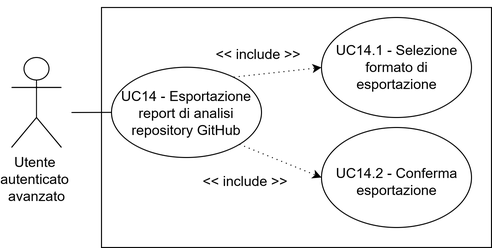
Above: assets/diagrams/UC14.png in SkarabGroup/DocumentazioneProgetto (draw.io), before the change. Source tidied: cells renumbered, new cells last; positions are measured from the earlier drawing's top-left corner, leaving out a move shared by most shapes. Source of this version:
```xml
<mxGraphModel>
  <root>
    <mxCell id="0" />
    <mxCell id="1" parent="0" />
    <mxCell id="2" value="&lt;font style=&quot;font-size: 14px;&quot;&gt;Utente&lt;/font&gt;&lt;font style=&quot;font-size: 12px;&quot;&gt;&amp;nbsp;&lt;/font&gt;&lt;div&gt;&lt;font style=&quot;&quot;&gt;&lt;font style=&quot;font-size: 14px;&quot;&gt;autenticato&lt;/font&gt;&lt;span style=&quot;font-size: 14px;&quot;&gt;&amp;nbsp;&lt;/span&gt;&lt;/font&gt;&lt;/div&gt;&lt;div&gt;&lt;font style=&quot;font-size: 14px;&quot;&gt;avanzato&lt;/font&gt;&lt;/div&gt;" style="shape=umlActor;verticalLabelPosition=bottom;verticalAlign=top;html=1;" parent="1" vertex="1">
      <mxGeometry y="50" width="50" height="90" as="geometry" />
    </mxCell>
    <mxCell id="3" style="rounded=0;whiteSpace=wrap;html=1;" parent="1" vertex="1">
      <mxGeometry x="90" width="390" height="240" as="geometry" />
    </mxCell>
    <mxCell id="4" style="endArrow=none;html=1;rounded=0;" parent="1" edge="1" target="5">
      <mxGeometry relative="1" as="geometry">
        <mxPoint x="60" y="105" as="sourcePoint" />
      </mxGeometry>
    </mxCell>
    <mxCell id="5" style="ellipse;whiteSpace=wrap;html=1;" parent="1" vertex="1">
      <mxGeometry x="100" y="59.8" width="150" height="90.2" as="geometry" />
    </mxCell>
    <mxCell id="6" value="&lt;font style=&quot;font-size: 14px;&quot;&gt;UC14 - Esportazione report di analisi repository GitHub&lt;/font&gt;" style="text;html=1;whiteSpace=wrap;strokeColor=none;fillColor=none;align=center;verticalAlign=middle;rounded=0;" parent="1" vertex="1">
      <mxGeometry x="96.2" y="91.2" width="157.5" height="28.8" as="geometry" />
    </mxCell>
    <mxCell id="7" style="endArrow=classic;html=1;rounded=0;" parent="1" edge="1">
      <mxGeometry relative="1" as="geometry">
        <mxPoint x="20" as="sourcePoint" />
        <mxPoint x="20" as="targetPoint" />
      </mxGeometry>
    </mxCell>
    <mxCell id="8" style="ellipse;whiteSpace=wrap;html=1;" parent="1" vertex="1">
      <mxGeometry x="310" y="10" width="150" height="100" as="geometry" />
    </mxCell>
    <mxCell id="9" style="ellipse;whiteSpace=wrap;html=1;" parent="1" vertex="1">
      <mxGeometry x="310" y="120" width="150" height="100" as="geometry" />
    </mxCell>
    <mxCell id="10" value="&lt;font style=&quot;font-size: 14px;&quot;&gt;UC14.1 - Selezione formato di esportazione&lt;/font&gt;" style="text;html=1;whiteSpace=wrap;strokeColor=none;fillColor=none;align=center;verticalAlign=middle;rounded=0;" parent="1" vertex="1">
      <mxGeometry x="322.5" y="42.4" width="125" height="35.1" as="geometry" />
    </mxCell>
    <mxCell id="11" value="&lt;font style=&quot;font-size: 14px;&quot;&gt;UC14.2 - Conferma esportazione&lt;/font&gt;" style="text;html=1;whiteSpace=wrap;strokeColor=none;fillColor=none;align=center;verticalAlign=middle;rounded=0;" parent="1" vertex="1">
      <mxGeometry x="322.5" y="159" width="125" height="30.2" as="geometry" />
    </mxCell>
    <mxCell id="12" style="endArrow=classic;html=1;rounded=0;exitX=0.815;exitY=0.109;exitDx=0;exitDy=0;exitPerimeter=0;entryX=0;entryY=0.5;entryDx=0;entryDy=0;dashed=1;dashPattern=1 4;" parent="1" edge="1" source="5" target="8">
      <mxGeometry relative="1" as="geometry" />
    </mxCell>
    <mxCell id="13" style="endArrow=classic;html=1;rounded=0;exitX=1;exitY=1;exitDx=0;exitDy=0;entryX=0;entryY=0.5;entryDx=0;entryDy=0;dashed=1;dashPattern=1 4;" parent="1" edge="1" source="5" target="9">
      <mxGeometry relative="1" as="geometry" />
    </mxCell>
    <mxCell id="14" value="&lt;font style=&quot;font-size: 14px;&quot;&gt;&amp;lt;&amp;lt; include &amp;gt;&amp;gt;&lt;/font&gt;" style="text;html=1;whiteSpace=wrap;strokeColor=none;fillColor=none;align=center;verticalAlign=middle;rounded=0;" parent="1" vertex="1">
      <mxGeometry x="199" y="32.1" width="96" height="30" as="geometry" />
    </mxCell>
    <mxCell id="15" value="&lt;font style=&quot;font-size: 14px;&quot;&gt;&amp;lt;&amp;lt; include &amp;gt;&amp;gt;&lt;/font&gt;" style="text;html=1;whiteSpace=wrap;strokeColor=none;fillColor=none;align=center;verticalAlign=middle;rounded=0;" parent="1" vertex="1">
      <mxGeometry x="185" y="159" width="98" height="30" as="geometry" />
    </mxCell>
  </root>
</mxGraphModel>
```
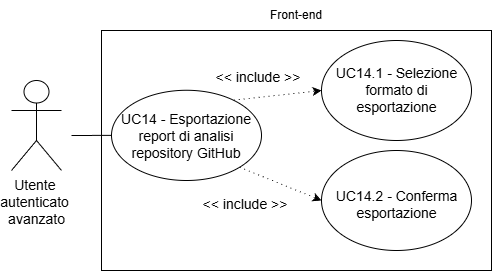
After the commit.

What changed in the source:
```diff
@@ -2,52 +2,55 @@
   <root>
     <mxCell id="0" />
     <mxCell id="1" parent="0" />
+    <mxCell id="16" value="Front-end" style="text;html=1;whiteSpace=wrap;strokeColor=none;fillColor=none;align=center;verticalAlign=middle;rounded=0;" parent="1" vertex="1">
+      <mxGeometry x="255" y="-30" width="60" height="30" as="geometry" />
+    </mxCell>
     <mxCell id="2" value="&lt;font style=&quot;font-size: 14px;&quot;&gt;Utente&lt;/font&gt;&lt;font style=&quot;font-size: 12px;&quot;&gt;&amp;nbsp;&lt;/font&gt;&lt;div&gt;&lt;font style=&quot;&quot;&gt;&lt;font style=&quot;font-size: 14px;&quot;&gt;autenticato&lt;/font&gt;&lt;span style=&quot;font-size: 14px;&quot;&gt;&amp;nbsp;&lt;/span&gt;&lt;/font&gt;&lt;/div&gt;&lt;div&gt;&lt;font style=&quot;font-size: 14px;&quot;&gt;avanzato&lt;/font&gt;&lt;/div&gt;" style="shape=umlActor;verticalLabelPosition=bottom;verticalAlign=top;html=1;" parent="1" vertex="1">
       <mxGeometry y="50" width="50" height="90" as="geometry" />
     </mxCell>
-    <mxCell id="3" style="rounded=0;whiteSpace=wrap;html=1;" parent="1" vertex="1">
-      <mxGeometry x="90" width="390" height="240" as="geometry" />
-    </mxCell>
-    <mxCell id="4" style="endArrow=none;html=1;rounded=0;" parent="1" edge="1" target="5">
-      <mxGeometry relative="1" as="geometry">
-        <mxPoint x="60" y="105" as="sourcePoint" />
-      </mxGeometry>
-    </mxCell>
-    <mxCell id="5" style="ellipse;whiteSpace=wrap;html=1;" parent="1" vertex="1">
-      <mxGeometry x="100" y="59.8" width="150" height="90.2" as="geometry" />
-    </mxCell>
+    <mxCell id="17" style="rounded=0;whiteSpace=wrap;html=1;" parent="1" vertex="1">
+      <mxGeometry x="90" width="390" height="240" as="geometry" />
+    </mxCell>
+    <mxCell id="18" style="endArrow=none;html=1;rounded=0;" parent="1" edge="1" target="19">
+      <mxGeometry relative="1" as="geometry">
+        <mxPoint x="60" y="105" as="sourcePoint" />
+      </mxGeometry>
+    </mxCell>
+    <mxCell id="19" style="ellipse;whiteSpace=wrap;html=1;" parent="1" vertex="1">
+      <mxGeometry x="100" y="59.8" width="150" height="90.2" as="geometry" />
+    </mxCell>
     <mxCell id="6" value="&lt;font style=&quot;font-size: 14px;&quot;&gt;UC14 - Esportazione report di analisi repository GitHub&lt;/font&gt;" style="text;html=1;whiteSpace=wrap;strokeColor=none;fillColor=none;align=center;verticalAlign=middle;rounded=0;" parent="1" vertex="1">
       <mxGeometry x="96.2" y="91.2" width="157.5" height="28.8" as="geometry" />
     </mxCell>
-    <mxCell id="7" style="endArrow=classic;html=1;rounded=0;" parent="1" edge="1">
-      <mxGeometry relative="1" as="geometry">
-        <mxPoint x="20" as="sourcePoint" />
-        <mxPoint x="20" as="targetPoint" />
-      </mxGeometry>
-    </mxCell>
-    <mxCell id="8" style="ellipse;whiteSpace=wrap;html=1;" parent="1" vertex="1">
-      <mxGeometry x="310" y="10" width="150" height="100" as="geometry" />
-    </mxCell>
-    <mxCell id="9" style="ellipse;whiteSpace=wrap;html=1;" parent="1" vertex="1">
-      <mxGeometry x="310" y="120" width="150" height="100" as="geometry" />
-    </mxCell>
+    <mxCell id="20" style="endArrow=classic;html=1;rounded=0;" parent="1" edge="1">
+      <mxGeometry relative="1" as="geometry">
+        <mxPoint x="20" as="sourcePoint" />
+        <mxPoint x="20" as="targetPoint" />
+      </mxGeometry>
+    </mxCell>
+    <mxCell id="21" style="ellipse;whiteSpace=wrap;html=1;" parent="1" vertex="1">
+      <mxGeometry x="310" y="10" width="150" height="100" as="geometry" />
+    </mxCell>
+    <mxCell id="22" style="ellipse;whiteSpace=wrap;html=1;" parent="1" vertex="1">
+      <mxGeometry x="310" y="120" width="150" height="100" as="geometry" />
+    </mxCell>
     <mxCell id="10" value="&lt;font style=&quot;font-size: 14px;&quot;&gt;UC14.1 - Selezione formato di esportazione&lt;/font&gt;" style="text;html=1;whiteSpace=wrap;strokeColor=none;fillColor=none;align=center;verticalAlign=middle;rounded=0;" parent="1" vertex="1">
       <mxGeometry x="322.5" y="42.4" width="125" height="35.1" as="geometry" />
     </mxCell>
     <mxCell id="11" value="&lt;font style=&quot;font-size: 14px;&quot;&gt;UC14.2 - Conferma esportazione&lt;/font&gt;" style="text;html=1;whiteSpace=wrap;strokeColor=none;fillColor=none;align=center;verticalAlign=middle;rounded=0;" parent="1" vertex="1">
       <mxGeometry x="322.5" y="159" width="125" height="30.2" as="geometry" />
     </mxCell>
-    <mxCell id="12" style="endArrow=classic;html=1;rounded=0;exitX=0.815;exitY=0.109;exitDx=0;exitDy=0;exitPerimeter=0;entryX=0;entryY=0.5;entryDx=0;entryDy=0;dashed=1;dashPattern=1 4;" parent="1" edge="1" source="5" target="8">
-      <mxGeometry relative="1" as="geometry" />
-    </mxCell>
-    <mxCell id="13" style="endArrow=classic;html=1;rounded=0;exitX=1;exitY=1;exitDx=0;exitDy=0;entryX=0;entryY=0.5;entryDx=0;entryDy=0;dashed=1;dashPattern=1 4;" parent="1" edge="1" source="5" target="9">
-      <mxGeometry relative="1" as="geometry" />
-    </mxCell>
-    <mxCell id="14" value="&lt;font style=&quot;font-size: 14px;&quot;&gt;&amp;lt;&amp;lt; include &amp;gt;&amp;gt;&lt;/font&gt;" style="text;html=1;whiteSpace=wrap;strokeColor=none;fillColor=none;align=center;verticalAlign=middle;rounded=0;" parent="1" vertex="1">
-      <mxGeometry x="199" y="32.1" width="96" height="30" as="geometry" />
-    </mxCell>
-    <mxCell id="15" value="&lt;font style=&quot;font-size: 14px;&quot;&gt;&amp;lt;&amp;lt; include &amp;gt;&amp;gt;&lt;/font&gt;" style="text;html=1;whiteSpace=wrap;strokeColor=none;fillColor=none;align=center;verticalAlign=middle;rounded=0;" parent="1" vertex="1">
-      <mxGeometry x="185" y="159" width="98" height="30" as="geometry" />
-    </mxCell>
+    <mxCell id="23" style="endArrow=classic;html=1;rounded=0;exitX=0.815;exitY=0.109;exitDx=0;exitDy=0;exitPerimeter=0;entryX=0;entryY=0.5;entryDx=0;entryDy=0;dashed=1;dashPattern=1 4;" parent="1" edge="1" source="19" target="21">
+      <mxGeometry relative="1" as="geometry" />
+    </mxCell>
+    <mxCell id="24" style="endArrow=classic;html=1;rounded=0;exitX=1;exitY=1;exitDx=0;exitDy=0;entryX=0;entryY=0.5;entryDx=0;entryDy=0;dashed=1;dashPattern=1 4;" parent="1" edge="1" source="19" target="22">
+      <mxGeometry relative="1" as="geometry" />
+    </mxCell>
+    <mxCell id="25" value="&lt;font style=&quot;font-size: 14px;&quot;&gt;&amp;lt;&amp;lt; include &amp;gt;&amp;gt;&lt;/font&gt;" style="text;html=1;whiteSpace=wrap;strokeColor=none;fillColor=none;align=center;verticalAlign=middle;rounded=0;" parent="1" vertex="1">
+      <mxGeometry x="199" y="32.1" width="96" height="30" as="geometry" />
+    </mxCell>
+    <mxCell id="26" value="&lt;font style=&quot;font-size: 14px;&quot;&gt;&amp;lt;&amp;lt; include &amp;gt;&amp;gt;&lt;/font&gt;" style="text;html=1;whiteSpace=wrap;strokeColor=none;fillColor=none;align=center;verticalAlign=middle;rounded=0;" parent="1" vertex="1">
+      <mxGeometry x="185" y="159" width="98" height="30" as="geometry" />
+    </mxCell>
   </root>
 </mxGraphModel>
```
